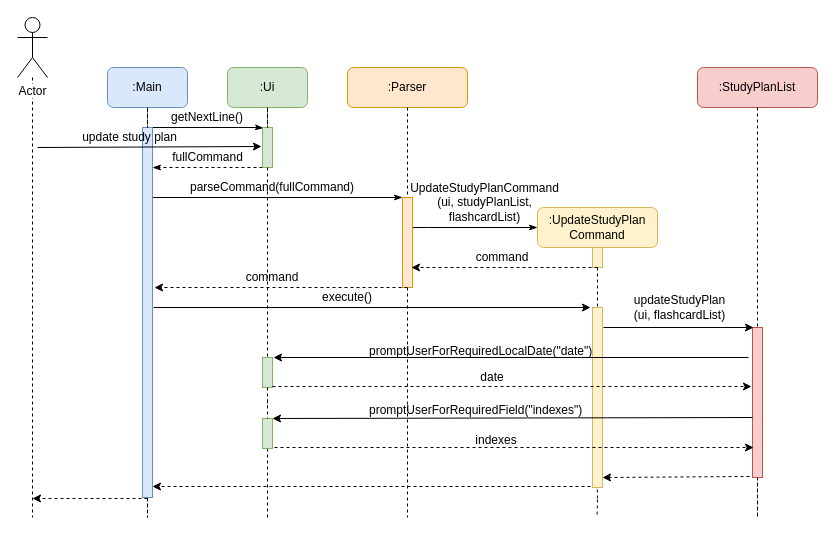
The draw.io diagram docs/images/updateStudyPlanSequenceDiagram.drawio in sliu107/tp, before the edit. Source tidied: cells renumbered, new cells numbered last; positions are measured from the earlier drawing's top-left corner, leaving out a move shared by most shapes. Both pictures are drawn from the tidied source at 100%, with x=0, y=0 at pixel (17, 17).
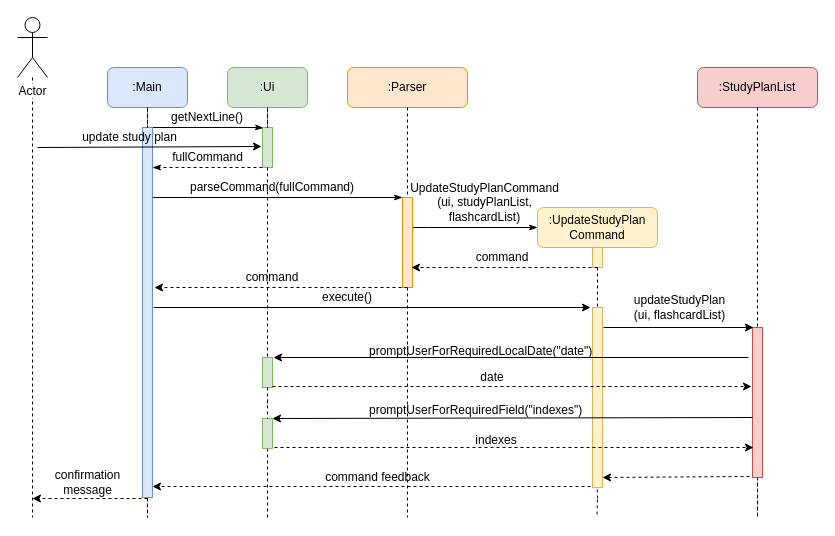
After the change.

Commit message (it also covers changes not shown here):
Add return messages for study plan related sequence diagrams

Diff of the diagram source:
```diff
@@
+    <mxCell id="58" value="command feedback" style="text;html=1;align=center;verticalAlign=middle;fillColor=none;strokeColor=none;rounded=0;" parent="1" vertex="1">
+      <mxGeometry x="300" y="450" width="120" height="20" as="geometry" />
+    </mxCell>
+    <mxCell id="59" value="confirmation&lt;br&gt;message" style="text;html=1;align=center;verticalAlign=middle;fillColor=none;strokeColor=none;rounded=0;" parent="1" vertex="1">
+      <mxGeometry x="30" y="450" width="80" height="30" as="geometry" />
+    </mxCell>
```
